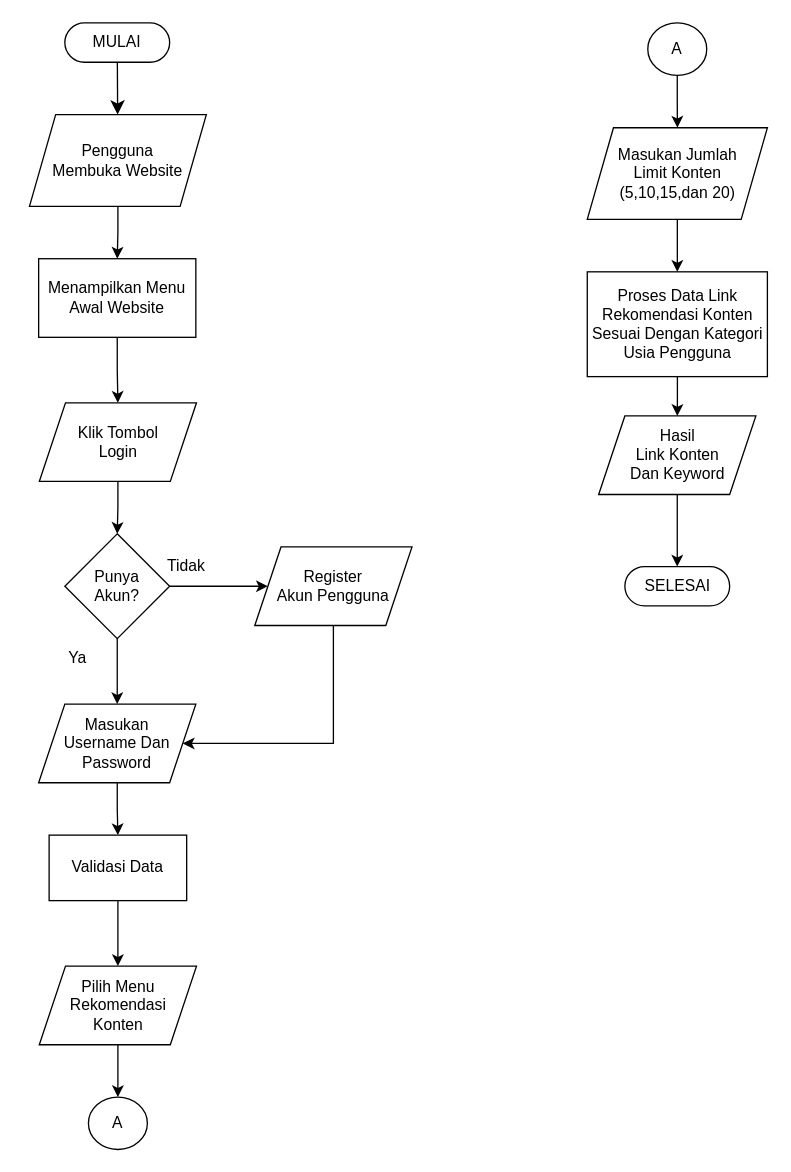
abdraiin/Sistem-Rekomendasi-Konten keeps this draw.io diagram as Flowchart.drawio. Above is the earlier version. Source tidied: cells renumbered, new cells numbered last; positions are measured from the earlier drawing's top-left corner, leaving out a move shared by most shapes. Both pictures are drawn from the tidied source at 131%, with x=0, y=0 at pixel (29, 22).
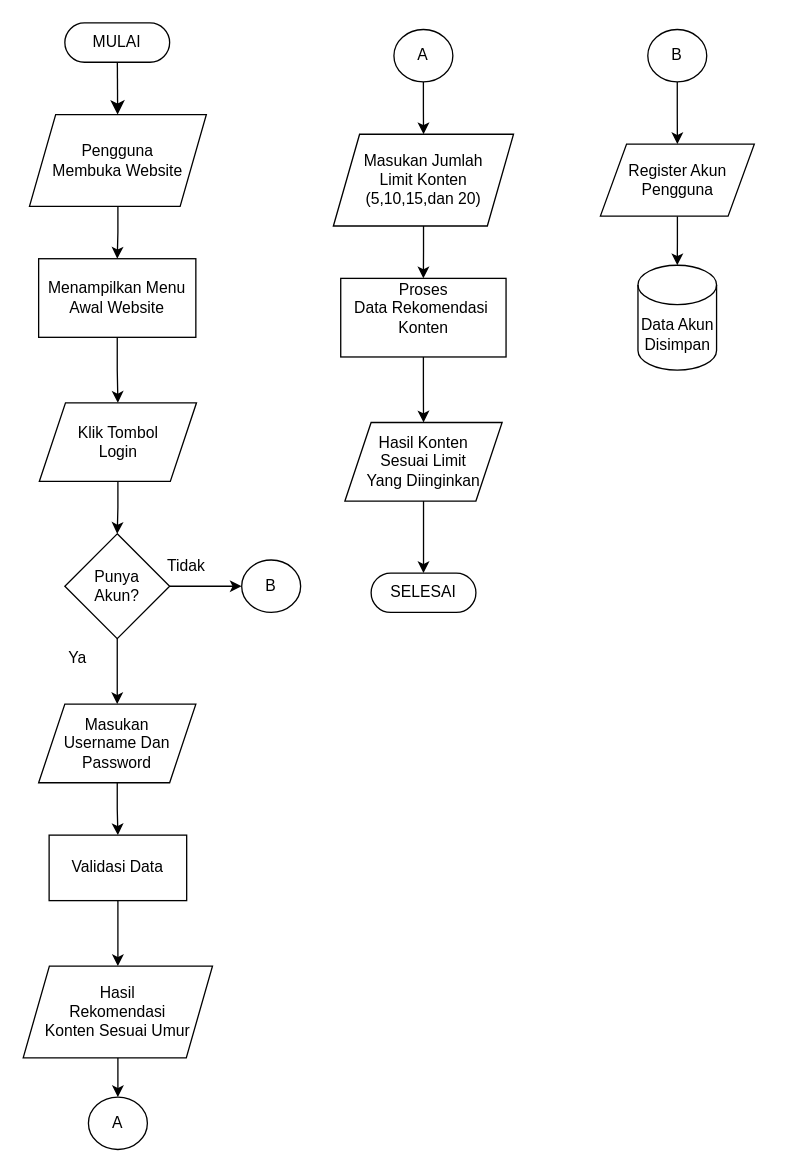
The same page after the edit.

Unchanged cells that the change refers to:
```xml
<mxCell id="12" value="Punya&lt;div&gt;Akun?&lt;/div&gt;" style="rhombus;whiteSpace=wrap;html=1;dashed=0;" parent="1" vertex="1">
  <mxGeometry x="27" y="390" width="80" height="80" as="geometry" />
</mxCell>
<mxCell id="14" value="Masukan&lt;div&gt;Username Dan&lt;/div&gt;&lt;div&gt;Password&lt;/div&gt;" style="shape=parallelogram;perimeter=parallelogramPerimeter;whiteSpace=wrap;html=1;fixedSize=1;dashed=0;" parent="1" vertex="1">
  <mxGeometry x="7" y="520" width="120" height="60" as="geometry" />
</mxCell>
```

Change to the diagram source:
```diff
@@
-    <mxCell id="11" style="edgeStyle=orthogonalEdgeStyle;rounded=0;jettySize=auto;html=1;" parent="1" edge="1" source="12" target="18">
+    <mxCell id="11" style="edgeStyle=orthogonalEdgeStyle;rounded=0;jettySize=auto;html=1;entryX=0;entryY=0.5;entryDx=0;entryDy=0;" parent="1" edge="1" source="12" target="33">
       <mxGeometry relative="1" as="geometry" />
     </mxCell>
@@
-    <mxCell id="17" style="edgeStyle=orthogonalEdgeStyle;rounded=0;jettySize=auto;html=1;entryX=1;entryY=0.5;entryDx=0;entryDy=0;" parent="1" edge="1" source="18" target="14">
-      <mxGeometry relative="1" as="geometry">
-        <Array as="points">
-          <mxPoint x="232" y="550" />
-        </Array>
-      </mxGeometry>
-    </mxCell>
-    <mxCell id="18" value="Register&lt;div&gt;Akun Pengguna&lt;/div&gt;" style="shape=parallelogram;perimeter=parallelogramPerimeter;whiteSpace=wrap;html=1;fixedSize=1;dashed=0;" parent="1" vertex="1">
-      <mxGeometry x="172" y="400" width="120" height="60" as="geometry" />
-    </mxCell>
@@
-    <mxCell id="20" value="Pilih Menu&lt;div&gt;Rekomendasi&lt;/div&gt;&lt;div&gt;Konten&lt;/div&gt;" style="shape=parallelogram;perimeter=parallelogramPerimeter;whiteSpace=wrap;html=1;fixedSize=1;dashed=0;" parent="1" vertex="1">
-      <mxGeometry x="7.5" y="720" width="120" height="60" as="geometry" />
+    <mxCell id="20" value="Hasil&lt;div&gt;Rekomendasi&lt;/div&gt;&lt;div&gt;Konten Sesuai Umur&lt;/div&gt;" style="shape=parallelogram;perimeter=parallelogramPerimeter;whiteSpace=wrap;html=1;fixedSize=1;dashed=0;" parent="1" vertex="1">
+      <mxGeometry x="-4.8" y="720" width="144.5" height="70" as="geometry" />
     </mxCell>
@@
     <mxCell id="23" value="A" style="ellipse;whiteSpace=wrap;html=1;dashed=0;" parent="1" vertex="1">
-      <mxGeometry x="472" width="45" height="40" as="geometry" />
+      <mxGeometry x="278.2" y="5" width="45" height="40" as="geometry" />
     </mxCell>
@@
     <mxCell id="25" value="Masukan Jumlah&lt;div&gt;Limit Konten&lt;/div&gt;&lt;div&gt;(5,10,15,dan 20)&lt;/div&gt;" style="shape=parallelogram;perimeter=parallelogramPerimeter;whiteSpace=wrap;html=1;fixedSize=1;dashed=0;" parent="1" vertex="1">
-      <mxGeometry x="425.8" y="80" width="137.5" height="70" as="geometry" />
+      <mxGeometry x="232" y="85" width="137.5" height="70" as="geometry" />
     </mxCell>
@@
-    <mxCell id="27" value="Proses Data&amp;nbsp;&lt;span style=&quot;background-color: transparent; color: light-dark(rgb(0, 0, 0), rgb(255, 255, 255));&quot;&gt;Link Rekomendasi&amp;nbsp;&lt;/span&gt;&lt;span style=&quot;background-color: transparent; color: light-dark(rgb(0, 0, 0), rgb(255, 255, 255));&quot;&gt;Konten&lt;/span&gt;&lt;div&gt;&lt;span style=&quot;background-color: transparent; color: light-dark(rgb(0, 0, 0), rgb(255, 255, 255));&quot;&gt;Sesuai Dengan Kategori&lt;/span&gt;&lt;/div&gt;&lt;div&gt;&lt;span style=&quot;background-color: transparent; color: light-dark(rgb(0, 0, 0), rgb(255, 255, 255));&quot;&gt;Usia Pengguna&lt;/span&gt;&lt;/div&gt;" style="whiteSpace=wrap;html=1;dashed=0;" parent="1" vertex="1">
-      <mxGeometry x="425.8" y="190" width="137.5" height="80" as="geometry" />
+    <mxCell id="27" value="Proses Data&lt;span style=&quot;background-color: transparent; color: light-dark(rgb(0, 0, 0), rgb(255, 255, 255));&quot;&gt;&amp;nbsp;Rekomendasi&amp;nbsp;&lt;/span&gt;&lt;div&gt;&lt;span style=&quot;background-color: transparent; color: light-dark(rgb(0, 0, 0), rgb(255, 255, 255));&quot;&gt;Konten&lt;/span&gt;&lt;div&gt;&lt;span style=&quot;background-color: transparent; color: light-dark(rgb(0, 0, 0), rgb(255, 255, 255));&quot;&gt;&lt;br&gt;&lt;/span&gt;&lt;/div&gt;&lt;/div&gt;" style="whiteSpace=wrap;html=1;dashed=0;" parent="1" vertex="1">
+      <mxGeometry x="237.6" y="195" width="126.2" height="60" as="geometry" />
     </mxCell>
@@
-    <mxCell id="29" value="Hasil&lt;div&gt;Link Konten&lt;/div&gt;&lt;div&gt;Dan Keyword&lt;/div&gt;" style="shape=parallelogram;perimeter=parallelogramPerimeter;whiteSpace=wrap;html=1;fixedSize=1;dashed=0;" parent="1" vertex="1">
-      <mxGeometry x="434.5" y="300" width="120" height="60" as="geometry" />
+    <mxCell id="29" value="Hasil Konten&lt;div&gt;Sesuai Limit&lt;/div&gt;&lt;div&gt;Yang Diinginkan&lt;/div&gt;" style="shape=parallelogram;perimeter=parallelogramPerimeter;whiteSpace=wrap;html=1;fixedSize=1;dashed=0;" parent="1" vertex="1">
+      <mxGeometry x="240.8" y="305" width="120" height="60" as="geometry" />
     </mxCell>
     <mxCell id="30" value="SELESAI" style="html=1;dashed=0;whiteSpace=wrap;shape=mxgraph.dfd.start;" parent="1" vertex="1">
-      <mxGeometry x="454.5" y="415" width="80" height="30" as="geometry" />
+      <mxGeometry x="260.8" y="420" width="80" height="30" as="geometry" />
     </mxCell>
@@
+    <mxCell id="33" value="B" style="ellipse;whiteSpace=wrap;html=1;dashed=0;" parent="1" vertex="1">
+      <mxGeometry x="162" y="410" width="45" height="40" as="geometry" />
+    </mxCell>
+    <mxCell id="34" style="edgeStyle=orthogonalEdgeStyle;rounded=0;jettySize=auto;html=1;" parent="1" edge="1" source="35" target="18">
+      <mxGeometry relative="1" as="geometry" />
+    </mxCell>
+    <mxCell id="35" value="B" style="ellipse;whiteSpace=wrap;html=1;dashed=0;" parent="1" vertex="1">
+      <mxGeometry x="472" y="5" width="45" height="40" as="geometry" />
+    </mxCell>
+    <mxCell id="36" style="edgeStyle=orthogonalEdgeStyle;rounded=0;jettySize=auto;html=1;entryX=0.5;entryY=0;entryDx=0;entryDy=0;entryPerimeter=0;" parent="1" edge="1" source="18" target="37">
+      <mxGeometry relative="1" as="geometry" />
+    </mxCell>
+    <mxCell id="18" value="Register Akun&lt;div&gt;Pengguna&lt;/div&gt;" style="shape=parallelogram;perimeter=parallelogramPerimeter;whiteSpace=wrap;html=1;fixedSize=1;dashed=0;" parent="1" vertex="1">
+      <mxGeometry x="435.8" y="92.5" width="117.5" height="55" as="geometry" />
+    </mxCell>
+    <mxCell id="37" value="Data Akun&lt;div&gt;Disimpan&lt;/div&gt;" style="shape=cylinder3;whiteSpace=wrap;html=1;boundedLbl=1;backgroundOutline=1;size=15;" parent="1" vertex="1">
+      <mxGeometry x="464.5" y="185" width="60" height="80" as="geometry" />
+    </mxCell>
```
